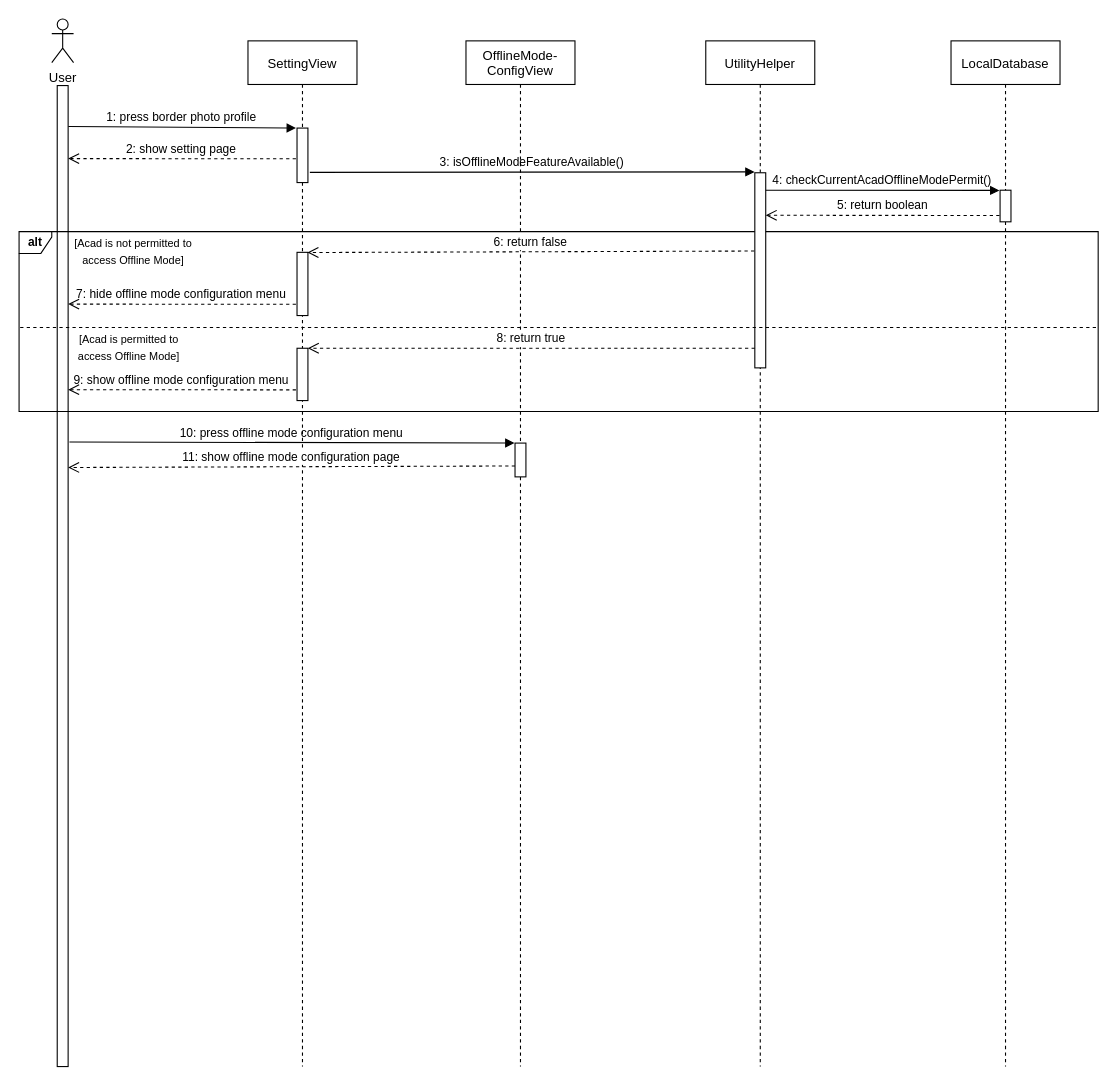
Before: diagrams/06. view_offline_mode_config/Sequence Diagram.drawio in angeliawidjaja/offline-mode-paper, a draw.io diagram. Source tidied: cells renumbered, new cells numbered last; positions are measured from the earlier drawing's top-left corner, leaving out a move shared by most shapes. Both pictures are drawn from the tidied source at 109%, with x=0, y=0 at pixel (19, 19).
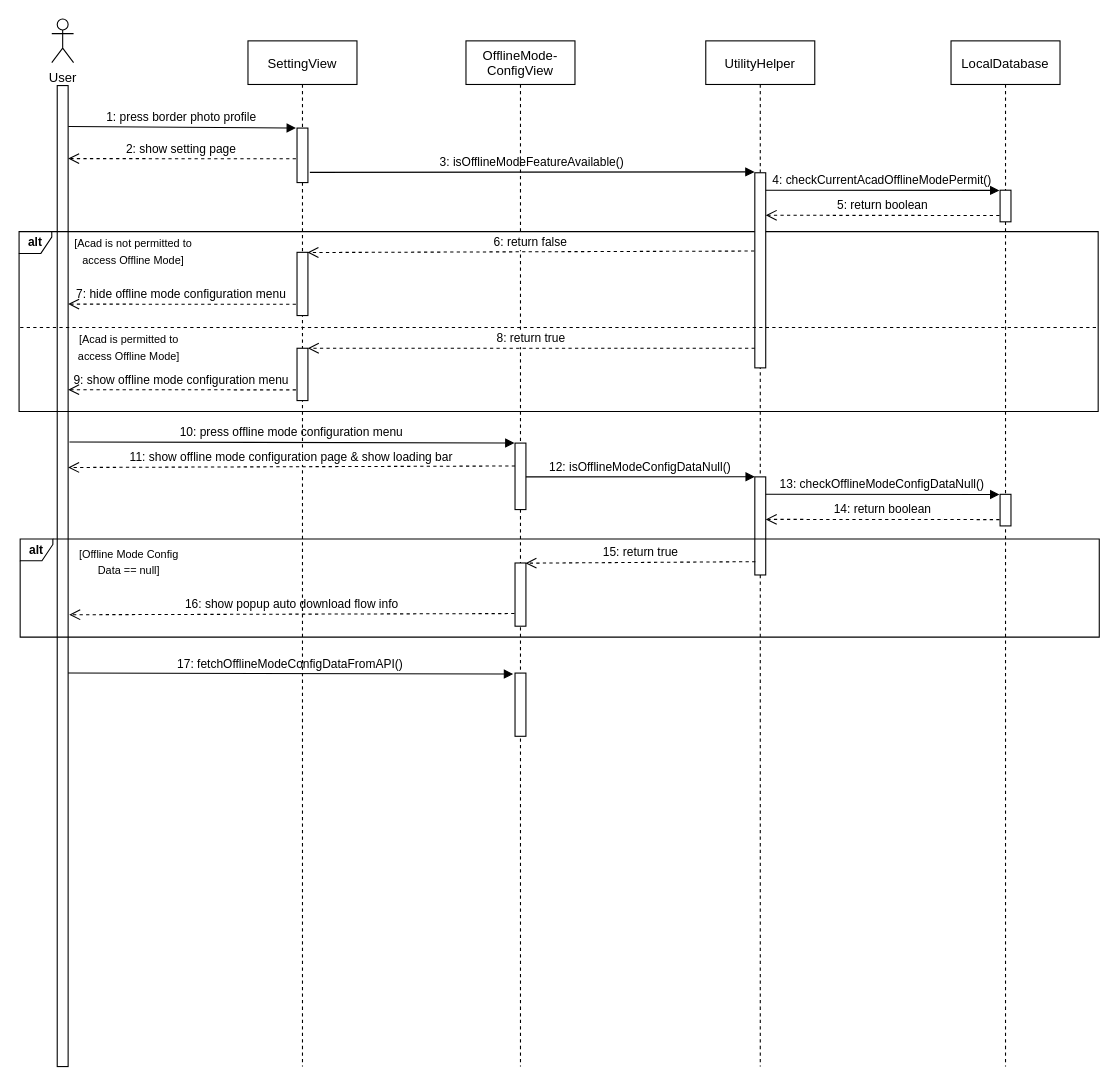
After the change.

The change refers to these unchanged cells:
```xml
<mxCell id="25" value="OfflineMode-&#10;ConfigView" style="shape=umlLifeline;perimeter=lifelinePerimeter;rounded=0;shadow=0;strokeWidth=1;" parent="1" vertex="1">
  <mxGeometry x="410" y="20" width="100" height="941" as="geometry" />
</mxCell>
```

Diff of the diagram source:
```diff
@@
     <mxCell id="26" style="points=[];perimeter=orthogonalPerimeter;rounded=0;shadow=0;strokeWidth=1;" parent="25" vertex="1">
-      <mxGeometry x="45" y="369" width="10" height="31" as="geometry" />
+      <mxGeometry x="45" y="369" width="10" height="61" as="geometry" />
     </mxCell>
+    <mxCell id="30" style="perimeter=orthogonalPerimeter;rounded=0;shadow=0;strokeWidth=1;" parent="25" vertex="1">
+      <mxGeometry x="45" y="580" width="10" height="58" as="geometry" />
+    </mxCell>
@@
-    <mxCell id="29" value="11: show offline mode configuration page" style="verticalAlign=bottom;endArrow=open;dashed=1;endSize=8;exitX=0;exitY=0.95;shadow=0;strokeWidth=1;entryX=0.955;entryY=0.003;entryDx=0;entryDy=0;entryPerimeter=0;" parent="1" edge="1">
+    <mxCell id="29" value="11: show offline mode configuration page &amp; show loading bar" style="verticalAlign=bottom;endArrow=open;dashed=1;endSize=8;exitX=0;exitY=0.95;shadow=0;strokeWidth=1;entryX=0.955;entryY=0.003;entryDx=0;entryDy=0;entryPerimeter=0;" parent="1" edge="1">
       <mxGeometry relative="1" as="geometry">
         <mxPoint x="455" y="410" as="sourcePoint" />
         <mxPoint x="45" y="411.4" as="targetPoint" />
       </mxGeometry>
     </mxCell>
+    <mxCell id="31" value="12: isOfflineModeConfigDataNull()" style="verticalAlign=bottom;endArrow=block;shadow=0;strokeWidth=1;fontStyle=0;labelBorderColor=none;labelBackgroundColor=none;exitX=1.021;exitY=0.034;exitDx=0;exitDy=0;exitPerimeter=0;entryX=0;entryY=-0.001;entryDx=0;entryDy=0;entryPerimeter=0;" parent="1" edge="1" target="32">
+      <mxGeometry relative="1" as="geometry">
+        <mxPoint x="465" y="420" as="sourcePoint" />
+      </mxGeometry>
+    </mxCell>
+    <mxCell id="32" style="points=[];perimeter=orthogonalPerimeter;rounded=0;shadow=0;strokeWidth=1;" parent="1" vertex="1">
+      <mxGeometry x="675" y="420" width="10" height="90" as="geometry" />
+    </mxCell>
+    <mxCell id="33" style="perimeter=orthogonalPerimeter;rounded=0;shadow=0;strokeWidth=1;" parent="1" vertex="1">
+      <mxGeometry x="900" y="436" width="10" height="29" as="geometry" />
+    </mxCell>
+    <mxCell id="34" value="13: checkOfflineModeConfigDataNull()" style="verticalAlign=bottom;endArrow=block;shadow=0;strokeWidth=1;fontStyle=0;labelBorderColor=none;labelBackgroundColor=none;entryX=-0.024;entryY=0.003;entryDx=0;entryDy=0;entryPerimeter=0;" parent="1" edge="1">
+      <mxGeometry relative="1" as="geometry">
+        <mxPoint x="685" y="436" as="sourcePoint" />
+        <mxPoint x="899.4" y="436.2" as="targetPoint" />
+      </mxGeometry>
+    </mxCell>
+    <mxCell id="35" value="14: return boolean" style="verticalAlign=bottom;endArrow=open;dashed=1;endSize=8;exitX=0;exitY=0.95;shadow=0;strokeWidth=1;entryX=1.046;entryY=0.283;entryDx=0;entryDy=0;entryPerimeter=0;" parent="1" edge="1">
+      <mxGeometry relative="1" as="geometry">
+        <mxPoint x="899.5" y="459.2" as="sourcePoint" />
+        <mxPoint x="685" y="459" as="targetPoint" />
+      </mxGeometry>
+    </mxCell>
+    <mxCell id="36" value="&lt;b&gt;alt&lt;/b&gt;" style="shape=umlFrame;whiteSpace=wrap;html=1;fontSize=11;width=30;height=20;fillColor=none;" parent="1" vertex="1">
+      <mxGeometry x="1" y="477" width="990" height="90" as="geometry" />
+    </mxCell>
+    <mxCell id="37" value="&lt;span style=&quot;font-size: 10px;&quot;&gt;[Offline Mode Config Data == null]&lt;/span&gt;" style="text;html=1;strokeColor=none;fillColor=none;align=center;verticalAlign=middle;whiteSpace=wrap;rounded=0;" parent="1" vertex="1">
+      <mxGeometry x="46" y="480" width="110" height="35.5" as="geometry" />
+    </mxCell>
+    <mxCell id="38" style="points=[];perimeter=orthogonalPerimeter;rounded=0;shadow=0;strokeWidth=1;" parent="1" vertex="1">
+      <mxGeometry x="455" y="499" width="10" height="58" as="geometry" />
+    </mxCell>
+    <mxCell id="39" value="16: show popup auto download flow info" style="verticalAlign=bottom;endArrow=open;dashed=1;endSize=8;shadow=0;strokeWidth=1;entryX=1.046;entryY=0.283;entryDx=0;entryDy=0;entryPerimeter=0;exitX=-0.051;exitY=0.8;exitDx=0;exitDy=0;exitPerimeter=0;labelBackgroundColor=none;" parent="1" edge="1" source="38">
+      <mxGeometry relative="1" as="geometry">
+        <mxPoint x="46" y="546.5" as="targetPoint" />
+      </mxGeometry>
+    </mxCell>
+    <mxCell id="40" value="15: return true" style="verticalAlign=bottom;endArrow=open;dashed=1;endSize=8;exitX=0;exitY=0.95;shadow=0;strokeWidth=1;entryX=0.955;entryY=0.003;entryDx=0;entryDy=0;entryPerimeter=0;" parent="1" edge="1" target="38">
+      <mxGeometry relative="1" as="geometry">
+        <mxPoint x="675.5" y="497.8" as="sourcePoint" />
+      </mxGeometry>
+    </mxCell>
+    <mxCell id="41" value="17: fetchOfflineModeConfigDataFromAPI()" style="verticalAlign=bottom;endArrow=block;shadow=0;strokeWidth=1;fontStyle=0;labelBorderColor=none;labelBackgroundColor=none;exitX=1.021;exitY=0.034;exitDx=0;exitDy=0;exitPerimeter=0;entryX=-0.047;entryY=-0.002;entryDx=0;entryDy=0;entryPerimeter=0;" parent="1" edge="1">
+      <mxGeometry relative="1" as="geometry">
+        <mxPoint x="45" y="600" as="sourcePoint" />
+        <mxPoint x="453.3" y="600.9" as="targetPoint" />
+      </mxGeometry>
+    </mxCell>
```
